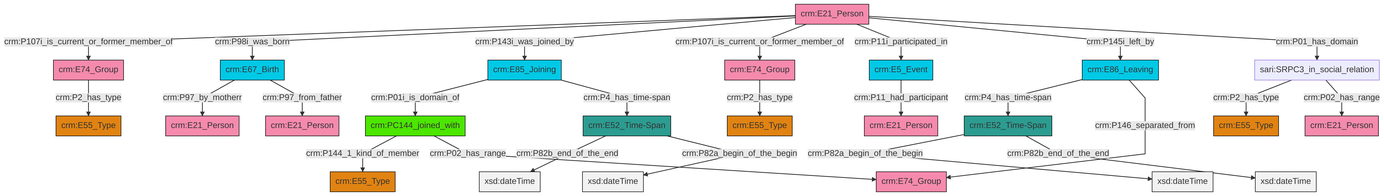
Earlier version of the Mermaid export et/personCSV/ttl/mmd/png/Person_Actor_Relations.png (swiss-art-research-net/docs.swissartresearch). Its source is kept beside it as et/personCSV/ttl/mmd/Person_Actor_Relations.ttl.mmd.
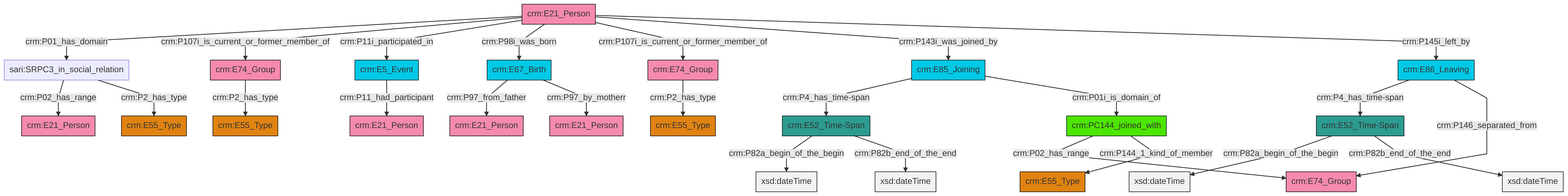
Above is the later version.

Diff of the diagram source:
```diff
@@ -13,27 +13,27 @@
 classDef PC_Classes fill:#4ce600, stroke:#000000;
 classDef Multi fill:#cccccc,stroke:#000000;
 
-2["crm:E67_Birth"]:::Temporal_Entity -->|crm:P97_by_motherr| 3["crm:E21_Person"]:::Actor
-8["crm:E85_Joining"]:::Temporal_Entity -->|crm:P01i_is_domain_of| 9["crm:PC144_joined_with"]:::PC_Classes
-2["crm:E67_Birth"]:::Temporal_Entity -->|crm:P97_from_father| 10["crm:E21_Person"]:::Actor
-8["crm:E85_Joining"]:::Temporal_Entity -->|crm:P4_has_time-span| 11["crm:E52_Time-Span"]:::Time-Span
-16["sari:SRPC3_in_social_relation"]:::Default -->|crm:P2_has_type| 17["crm:E55_Type"]:::Type
-19["crm:E21_Person"]:::Actor -->|crm:P107i_is_current_or_former_member_of| 0["crm:E74_Group"]:::Actor
-20["crm:E86_Leaving"]:::Temporal_Entity -->|crm:P4_has_time-span| 4["crm:E52_Time-Span"]:::Time-Span
-9["crm:PC144_joined_with"]:::PC_Classes -->|crm:P144_1_kind_of_member| 14["crm:E55_Type"]:::Type
-0["crm:E74_Group"]:::Actor -->|crm:P2_has_type| 12["crm:E55_Type"]:::Type
-27["crm:E5_Event"]:::Temporal_Entity -->|crm:P11_had_participant| 31["crm:E21_Person"]:::Actor
-19["crm:E21_Person"]:::Actor -->|crm:P98i_was_born| 2["crm:E67_Birth"]:::Temporal_Entity
-19["crm:E21_Person"]:::Actor -->|crm:P143i_was_joined_by| 8["crm:E85_Joining"]:::Temporal_Entity
-11["crm:E52_Time-Span"]:::Time-Span -->|crm:P82b_end_of_the_end| 34[xsd:dateTime]:::Literal
-9["crm:PC144_joined_with"]:::PC_Classes -->|crm:P02_has_range| 32["crm:E74_Group"]:::Actor
-19["crm:E21_Person"]:::Actor -->|crm:P107i_is_current_or_former_member_of| 23["crm:E74_Group"]:::Actor
-4["crm:E52_Time-Span"]:::Time-Span -->|crm:P82a_begin_of_the_begin| 38[xsd:dateTime]:::Literal
-11["crm:E52_Time-Span"]:::Time-Span -->|crm:P82a_begin_of_the_begin| 39[xsd:dateTime]:::Literal
-19["crm:E21_Person"]:::Actor -->|crm:P11i_participated_in| 27["crm:E5_Event"]:::Temporal_Entity
-4["crm:E52_Time-Span"]:::Time-Span -->|crm:P82b_end_of_the_end| 44[xsd:dateTime]:::Literal
-16["sari:SRPC3_in_social_relation"]:::Default -->|crm:P02_has_range| 6["crm:E21_Person"]:::Actor
-20["crm:E86_Leaving"]:::Temporal_Entity -->|crm:P146_separated_from| 32["crm:E74_Group"]:::Actor
-19["crm:E21_Person"]:::Actor -->|crm:P145i_left_by| 20["crm:E86_Leaving"]:::Temporal_Entity
-19["crm:E21_Person"]:::Actor -->|crm:P01_has_domain| 16["sari:SRPC3_in_social_relation"]:::Default
-23["crm:E74_Group"]:::Actor -->|crm:P2_has_type| 21["crm:E55_Type"]:::Type
+0["sari:SRPC3_in_social_relation"]:::Default -->|crm:P02_has_range| 1["crm:E21_Person"]:::Actor
+2["crm:E86_Leaving"]:::Temporal_Entity -->|crm:P4_has_time-span| 3["crm:E52_Time-Span"]:::Time-Span
+6["crm:E21_Person"]:::Actor -->|crm:P01_has_domain| 0["sari:SRPC3_in_social_relation"]:::Default
+6["crm:E21_Person"]:::Actor -->|crm:P107i_is_current_or_former_member_of| 7["crm:E74_Group"]:::Actor
+10["crm:E85_Joining"]:::Temporal_Entity -->|crm:P4_has_time-span| 11["crm:E52_Time-Span"]:::Time-Span
+4["crm:E74_Group"]:::Actor -->|crm:P2_has_type| 12["crm:E55_Type"]:::Type
+14["crm:E5_Event"]:::Temporal_Entity -->|crm:P11_had_participant| 15["crm:E21_Person"]:::Actor
+3["crm:E52_Time-Span"]:::Time-Span -->|crm:P82a_begin_of_the_begin| 18[xsd:dateTime]:::Literal
+3["crm:E52_Time-Span"]:::Time-Span -->|crm:P82b_end_of_the_end| 25[xsd:dateTime]:::Literal
+7["crm:E74_Group"]:::Actor -->|crm:P2_has_type| 16["crm:E55_Type"]:::Type
+6["crm:E21_Person"]:::Actor -->|crm:P11i_participated_in| 14["crm:E5_Event"]:::Temporal_Entity
+23["crm:PC144_joined_with"]:::PC_Classes -->|crm:P02_has_range| 29["crm:E74_Group"]:::Actor
+6["crm:E21_Person"]:::Actor -->|crm:P98i_was_born| 8["crm:E67_Birth"]:::Temporal_Entity
+6["crm:E21_Person"]:::Actor -->|crm:P107i_is_current_or_former_member_of| 4["crm:E74_Group"]:::Actor
+11["crm:E52_Time-Span"]:::Time-Span -->|crm:P82a_begin_of_the_begin| 30[xsd:dateTime]:::Literal
+8["crm:E67_Birth"]:::Temporal_Entity -->|crm:P97_from_father| 37["crm:E21_Person"]:::Actor
+6["crm:E21_Person"]:::Actor -->|crm:P143i_was_joined_by| 10["crm:E85_Joining"]:::Temporal_Entity
+10["crm:E85_Joining"]:::Temporal_Entity -->|crm:P01i_is_domain_of| 23["crm:PC144_joined_with"]:::PC_Classes
+2["crm:E86_Leaving"]:::Temporal_Entity -->|crm:P146_separated_from| 29["crm:E74_Group"]:::Actor
+0["sari:SRPC3_in_social_relation"]:::Default -->|crm:P2_has_type| 40["crm:E55_Type"]:::Type
+6["crm:E21_Person"]:::Actor -->|crm:P145i_left_by| 2["crm:E86_Leaving"]:::Temporal_Entity
+8["crm:E67_Birth"]:::Temporal_Entity -->|crm:P97_by_motherr| 32["crm:E21_Person"]:::Actor
+23["crm:PC144_joined_with"]:::PC_Classes -->|crm:P144_1_kind_of_member| 21["crm:E55_Type"]:::Type
+11["crm:E52_Time-Span"]:::Time-Span -->|crm:P82b_end_of_the_end| 46[xsd:dateTime]:::Literal
```
